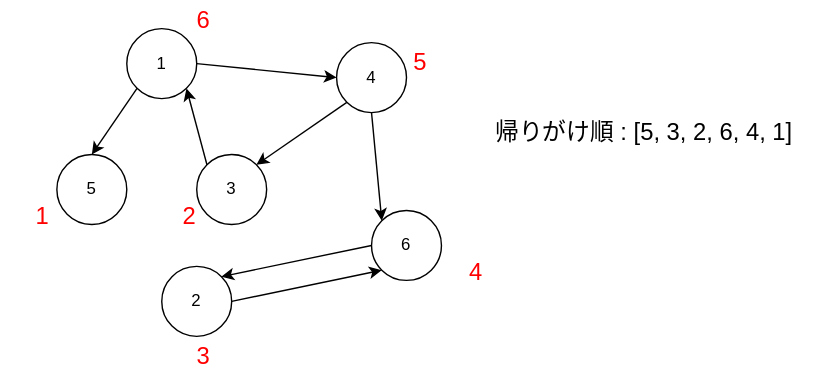
koseki2580/study-docs keeps this draw.io diagram as static/img/svg/Algorithm/scc-decomposition/scc-decomposition-2.drawio.svg. Above is the earlier version. Source tidied: cells renumbered, new cells last; positions are measured from the earlier drawing's top-left corner, leaving out a move shared by most shapes. Source of this version:
```xml
<mxGraphModel>
  <root>
    <mxCell id="0" />
    <mxCell id="1" parent="0" />
    <mxCell id="2" value="1" style="ellipse;whiteSpace=wrap;html=1;" parent="1" vertex="1">
      <mxGeometry x="90" y="20" width="50" height="50" as="geometry" />
    </mxCell>
    <mxCell id="3" value="5" style="ellipse;whiteSpace=wrap;html=1;" parent="1" vertex="1">
      <mxGeometry x="40" y="110" width="50" height="50" as="geometry" />
    </mxCell>
    <mxCell id="4" value="3" style="ellipse;whiteSpace=wrap;html=1;" parent="1" vertex="1">
      <mxGeometry x="140" y="110" width="50" height="50" as="geometry" />
    </mxCell>
    <mxCell id="5" value="2" style="ellipse;whiteSpace=wrap;html=1;" parent="1" vertex="1">
      <mxGeometry x="115" y="190" width="50" height="50" as="geometry" />
    </mxCell>
    <mxCell id="6" value="6" style="ellipse;whiteSpace=wrap;html=1;" parent="1" vertex="1">
      <mxGeometry x="265" y="150" width="50" height="50" as="geometry" />
    </mxCell>
    <mxCell id="7" value="4" style="ellipse;whiteSpace=wrap;html=1;" parent="1" vertex="1">
      <mxGeometry x="240" y="30" width="50" height="50" as="geometry" />
    </mxCell>
    <mxCell id="8" style="endArrow=classic;html=1;exitX=0;exitY=1;exitDx=0;exitDy=0;entryX=0.5;entryY=0;entryDx=0;entryDy=0;endFill=1;" parent="1" edge="1" source="2" target="3">
      <mxGeometry relative="1" as="geometry" />
    </mxCell>
    <mxCell id="9" style="endArrow=classic;html=1;exitX=0;exitY=0;exitDx=0;exitDy=0;entryX=1;entryY=1;entryDx=0;entryDy=0;endFill=1;" parent="1" edge="1" source="4" target="2">
      <mxGeometry relative="1" as="geometry" />
    </mxCell>
    <mxCell id="10" style="endArrow=classic;html=1;entryX=0;entryY=0.5;entryDx=0;entryDy=0;endFill=1;exitX=1;exitY=0.5;exitDx=0;exitDy=0;" parent="1" edge="1" source="2" target="7">
      <mxGeometry relative="1" as="geometry" />
    </mxCell>
    <mxCell id="11" style="endArrow=classic;html=1;entryX=1;entryY=0;entryDx=0;entryDy=0;endFill=1;exitX=0;exitY=1;exitDx=0;exitDy=0;" parent="1" edge="1" source="7" target="4">
      <mxGeometry relative="1" as="geometry" />
    </mxCell>
    <mxCell id="12" style="endArrow=classic;html=1;entryX=0;entryY=0;entryDx=0;entryDy=0;endFill=1;exitX=0.5;exitY=1;exitDx=0;exitDy=0;" parent="1" edge="1" source="7" target="6">
      <mxGeometry relative="1" as="geometry" />
    </mxCell>
    <mxCell id="13" style="endArrow=classic;html=1;entryX=1;entryY=0;entryDx=0;entryDy=0;endFill=1;exitX=0;exitY=0.5;exitDx=0;exitDy=0;" parent="1" edge="1" source="6" target="5">
      <mxGeometry relative="1" as="geometry" />
    </mxCell>
    <mxCell id="14" style="endArrow=classic;html=1;entryX=0;entryY=1;entryDx=0;entryDy=0;endFill=1;exitX=1;exitY=0.5;exitDx=0;exitDy=0;" parent="1" edge="1" source="5" target="6">
      <mxGeometry relative="1" as="geometry" />
    </mxCell>
    <mxCell id="15" value="帰りがけ順 : [5, 3, 2, 6, 4, 1]" style="text;html=1;strokeColor=none;fillColor=none;align=center;verticalAlign=middle;whiteSpace=wrap;rounded=0;fontSize=17;" parent="1" vertex="1">
      <mxGeometry x="340" y="80" width="240" height="30" as="geometry" />
    </mxCell>
    <mxCell id="16" value="1" style="text;html=1;strokeColor=none;fillColor=none;align=center;verticalAlign=middle;whiteSpace=wrap;rounded=0;fontSize=17;fontColor=#FF0000;" parent="1" vertex="1">
      <mxGeometry y="140" width="60" height="30" as="geometry" />
    </mxCell>
    <mxCell id="17" value="2" style="text;html=1;strokeColor=none;fillColor=none;align=center;verticalAlign=middle;whiteSpace=wrap;rounded=0;fontSize=17;fontColor=#FF0000;" parent="1" vertex="1">
      <mxGeometry x="105" y="140" width="60" height="30" as="geometry" />
    </mxCell>
    <mxCell id="18" value="3" style="text;html=1;strokeColor=none;fillColor=none;align=center;verticalAlign=middle;whiteSpace=wrap;rounded=0;fontSize=17;fontColor=#FF0000;" parent="1" vertex="1">
      <mxGeometry x="115" y="240" width="60" height="30" as="geometry" />
    </mxCell>
    <mxCell id="19" value="4" style="text;html=1;strokeColor=none;fillColor=none;align=center;verticalAlign=middle;whiteSpace=wrap;rounded=0;fontSize=17;fontColor=#FF0000;" parent="1" vertex="1">
      <mxGeometry x="310" y="180" width="60" height="30" as="geometry" />
    </mxCell>
    <mxCell id="20" value="5" style="text;html=1;strokeColor=none;fillColor=none;align=center;verticalAlign=middle;whiteSpace=wrap;rounded=0;fontSize=17;fontColor=#FF0000;" parent="1" vertex="1">
      <mxGeometry x="270" y="30" width="60" height="30" as="geometry" />
    </mxCell>
    <mxCell id="21" value="6" style="text;html=1;strokeColor=none;fillColor=none;align=center;verticalAlign=middle;whiteSpace=wrap;rounded=0;fontSize=17;fontColor=#FF0000;" parent="1" vertex="1">
      <mxGeometry x="115" width="60" height="30" as="geometry" />
    </mxCell>
  </root>
</mxGraphModel>
```
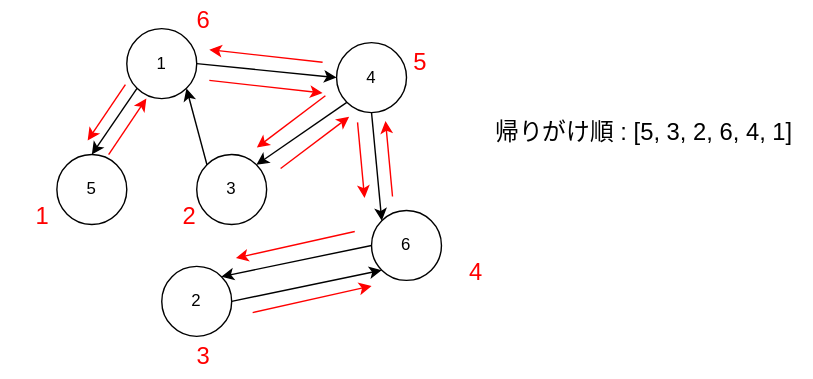
After the commit.

Diff of the diagram source:
```diff
@@ -62,5 +62,65 @@
     <mxCell id="21" value="6" style="text;html=1;strokeColor=none;fillColor=none;align=center;verticalAlign=middle;whiteSpace=wrap;rounded=0;fontSize=17;fontColor=#FF0000;" parent="1" vertex="1">
       <mxGeometry x="115" width="60" height="30" as="geometry" />
     </mxCell>
+    <mxCell id="22" style="endArrow=classic;html=1;fillColor=#f8cecc;strokeColor=#FF0000;" parent="1" edge="1">
+      <mxGeometry relative="1" as="geometry">
+        <mxPoint x="89" y="60" as="sourcePoint" />
+        <mxPoint x="62" y="100" as="targetPoint" />
+      </mxGeometry>
+    </mxCell>
+    <mxCell id="23" style="endArrow=classic;html=1;fillColor=#f8cecc;strokeColor=#FF0000;" parent="1" edge="1">
+      <mxGeometry relative="1" as="geometry">
+        <mxPoint x="77" y="110" as="sourcePoint" />
+        <mxPoint x="104" y="70" as="targetPoint" />
+      </mxGeometry>
+    </mxCell>
+    <mxCell id="24" style="endArrow=classic;html=1;fillColor=#f8cecc;strokeColor=#FF0000;" parent="1" edge="1">
+      <mxGeometry relative="1" as="geometry">
+        <mxPoint x="230" y="44" as="sourcePoint" />
+        <mxPoint x="149" y="35" as="targetPoint" />
+      </mxGeometry>
+    </mxCell>
+    <mxCell id="25" style="endArrow=classic;html=1;fillColor=#f8cecc;strokeColor=#FF0000;" parent="1" edge="1">
+      <mxGeometry relative="1" as="geometry">
+        <mxPoint x="149" y="57" as="sourcePoint" />
+        <mxPoint x="230" y="66" as="targetPoint" />
+      </mxGeometry>
+    </mxCell>
+    <mxCell id="26" style="endArrow=classic;html=1;fillColor=#f8cecc;strokeColor=#FF0000;" parent="1" edge="1">
+      <mxGeometry relative="1" as="geometry">
+        <mxPoint x="200" y="120" as="sourcePoint" />
+        <mxPoint x="249" y="83" as="targetPoint" />
+      </mxGeometry>
+    </mxCell>
+    <mxCell id="27" style="endArrow=classic;html=1;fillColor=#f8cecc;strokeColor=#FF0000;" parent="1" edge="1">
+      <mxGeometry relative="1" as="geometry">
+        <mxPoint x="232" y="68" as="sourcePoint" />
+        <mxPoint x="183" y="105" as="targetPoint" />
+      </mxGeometry>
+    </mxCell>
+    <mxCell id="28" style="endArrow=classic;html=1;fillColor=#f8cecc;strokeColor=#FF0000;" parent="1" edge="1">
+      <mxGeometry relative="1" as="geometry">
+        <mxPoint x="280" y="140" as="sourcePoint" />
+        <mxPoint x="275" y="86" as="targetPoint" />
+      </mxGeometry>
+    </mxCell>
+    <mxCell id="29" style="endArrow=classic;html=1;fillColor=#f8cecc;strokeColor=#FF0000;" parent="1" edge="1">
+      <mxGeometry relative="1" as="geometry">
+        <mxPoint x="255" y="87" as="sourcePoint" />
+        <mxPoint x="260" y="141" as="targetPoint" />
+      </mxGeometry>
+    </mxCell>
+    <mxCell id="30" style="endArrow=classic;html=1;fillColor=#f8cecc;strokeColor=#FF0000;" parent="1" edge="1">
+      <mxGeometry relative="1" as="geometry">
+        <mxPoint x="180" y="223" as="sourcePoint" />
+        <mxPoint x="265" y="204" as="targetPoint" />
+      </mxGeometry>
+    </mxCell>
+    <mxCell id="31" style="endArrow=classic;html=1;fillColor=#f8cecc;strokeColor=#FF0000;" parent="1" edge="1">
+      <mxGeometry relative="1" as="geometry">
+        <mxPoint x="253" y="165" as="sourcePoint" />
+        <mxPoint x="168" y="184" as="targetPoint" />
+      </mxGeometry>
+    </mxCell>
   </root>
 </mxGraphModel>
```
